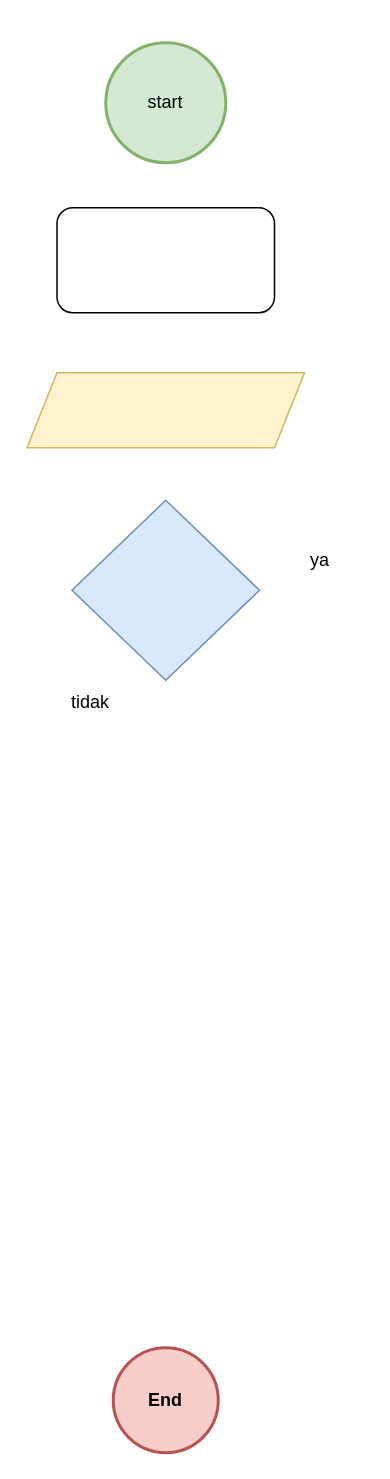
The draw.io diagram diagrams/user_flow/staff_owner_input_data_produksi_brace.drawio in SynergyStudioBandung/synergy_studio_docs, before the edit. Source tidied: cells renumbered, new cells numbered last; positions are measured from the earlier drawing's top-left corner, leaving out a move shared by most shapes. Both pictures are drawn from the tidied source at 150%, with x=0, y=0 at pixel (27, 42).
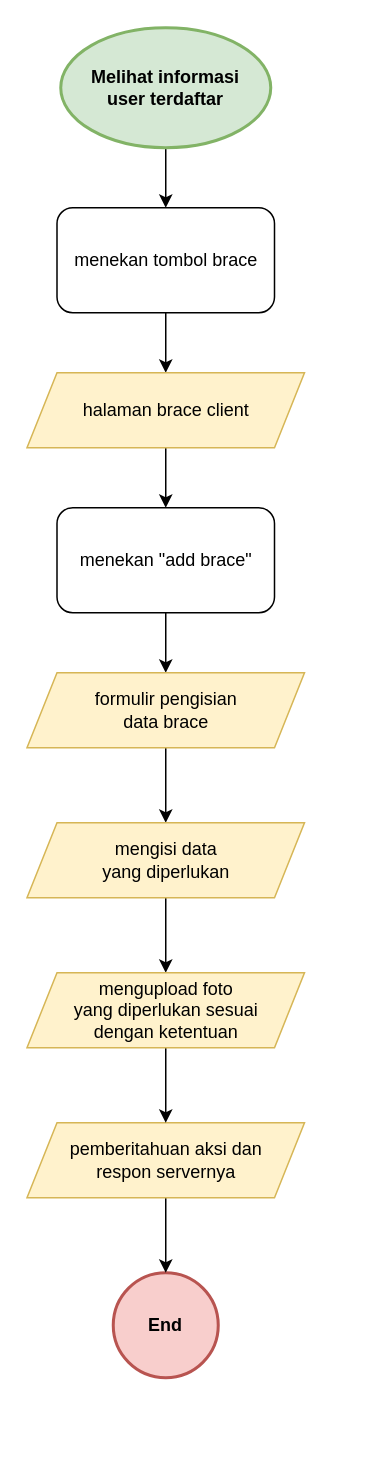
After the change.

Commit message:
input data produksi brace

What changed in the source:
```diff
@@
 <mxGraphModel>
   <root>
     <mxCell id="0" />
     <mxCell id="1" parent="0" />
+    <mxCell id="9" style="edgeStyle=orthogonalEdgeStyle;rounded=0;jettySize=auto;html=1;" parent="1" edge="1" source="5" target="8">
+      <mxGeometry relative="1" as="geometry" />
+    </mxCell>
+    <mxCell id="5" value="menekan tombol brace" style="rounded=1;whiteSpace=wrap;html=1;fontSize=12;glass=0;strokeWidth=1;shadow=0;" parent="1" vertex="1">
+      <mxGeometry x="19.5" y="110" width="145" height="70" as="geometry" />
+    </mxCell>
+    <mxCell id="10" style="edgeStyle=orthogonalEdgeStyle;rounded=0;jettySize=auto;html=1;" parent="1" edge="1" source="8" target="16">
+      <mxGeometry relative="1" as="geometry" />
+    </mxCell>
+    <mxCell id="8" value="halaman brace client" style="shape=parallelogram;perimeter=parallelogramPerimeter;whiteSpace=wrap;html=1;fixedSize=1;strokeWidth=1;fillColor=#fff2cc;strokeColor=#d6b656;" parent="1" vertex="1">
+      <mxGeometry x="-0.5" y="220" width="185" height="50" as="geometry" />
+    </mxCell>
+    <mxCell id="11" style="edgeStyle=orthogonalEdgeStyle;rounded=0;jettySize=auto;html=1;" parent="1" edge="1" source="12" target="5">
+      <mxGeometry relative="1" as="geometry" />
+    </mxCell>
+    <mxCell id="12" value="&lt;b&gt;Melihat informasi&lt;br&gt;user terdaftar&lt;/b&gt;" style="ellipse;whiteSpace=wrap;html=1;fillColor=#d5e8d4;strokeColor=#82b366;strokeWidth=2;" parent="1" vertex="1">
+      <mxGeometry x="22" y="-10" width="140" height="80" as="geometry" />
+    </mxCell>
     <mxCell id="2" value="End" style="ellipse;whiteSpace=wrap;html=1;fillColor=#f8cecc;strokeColor=#b85450;fontStyle=1;strokeWidth=2;" parent="1" vertex="1">
-      <mxGeometry x="57" y="870" width="70" height="70" as="geometry" />
+      <mxGeometry x="57" y="820" width="70" height="70" as="geometry" />
     </mxCell>
-    <mxCell id="3" style="rhombus;whiteSpace=wrap;html=1;fillColor=#dae8fc;strokeColor=#6c8ebf;" parent="1" vertex="1">
-      <mxGeometry x="29.5" y="305" width="125" height="120" as="geometry" />
-    </mxCell>
-    <mxCell id="4" value="ya" style="text;html=1;strokeColor=none;fillColor=none;align=center;verticalAlign=middle;whiteSpace=wrap;rounded=0;" parent="1" vertex="1">
-      <mxGeometry x="164.5" y="330" width="60" height="30" as="geometry" />
-    </mxCell>
-    <mxCell id="5" style="rounded=1;whiteSpace=wrap;html=1;fontSize=12;glass=0;strokeWidth=1;shadow=0;" parent="1" vertex="1">
-      <mxGeometry x="19.5" y="110" width="145" height="70" as="geometry" />
-    </mxCell>
-    <mxCell id="6" value="tidak" style="text;html=1;strokeColor=none;fillColor=none;align=center;verticalAlign=middle;whiteSpace=wrap;rounded=0;" parent="1" vertex="1">
-      <mxGeometry x="12" y="425" width="60" height="30" as="geometry" />
-    </mxCell>
-    <mxCell id="7" value="start" style="ellipse;whiteSpace=wrap;html=1;fillColor=#d5e8d4;strokeColor=#82b366;strokeWidth=2;" parent="1" vertex="1">
-      <mxGeometry x="52" width="80" height="80" as="geometry" />
-    </mxCell>
-    <mxCell id="8" style="shape=parallelogram;perimeter=parallelogramPerimeter;whiteSpace=wrap;html=1;fixedSize=1;strokeWidth=1;fillColor=#fff2cc;strokeColor=#d6b656;" parent="1" vertex="1">
-      <mxGeometry x="-0.5" y="220" width="185" height="50" as="geometry" />
-    </mxCell>
+    <mxCell id="13" style="edgeStyle=orthogonalEdgeStyle;rounded=0;jettySize=auto;html=1;" parent="1" edge="1" source="14" target="2">
+      <mxGeometry relative="1" as="geometry" />
+    </mxCell>
+    <mxCell id="14" value="pemberitahuan aksi dan&lt;br&gt;respon servernya" style="shape=parallelogram;perimeter=parallelogramPerimeter;whiteSpace=wrap;html=1;fixedSize=1;strokeWidth=1;fillColor=#fff2cc;strokeColor=#d6b656;" parent="1" vertex="1">
+      <mxGeometry x="-0.5" y="720" width="185" height="50" as="geometry" />
+    </mxCell>
+    <mxCell id="15" style="edgeStyle=orthogonalEdgeStyle;rounded=0;jettySize=auto;html=1;" parent="1" edge="1" source="16" target="18">
+      <mxGeometry relative="1" as="geometry" />
+    </mxCell>
+    <mxCell id="16" value="menekan &quot;add brace&quot;" style="rounded=1;whiteSpace=wrap;html=1;fontSize=12;glass=0;strokeWidth=1;shadow=0;" parent="1" vertex="1">
+      <mxGeometry x="19.5" y="310" width="145" height="70" as="geometry" />
+    </mxCell>
+    <mxCell id="17" style="edgeStyle=orthogonalEdgeStyle;rounded=0;jettySize=auto;html=1;" parent="1" edge="1" source="18" target="20">
+      <mxGeometry relative="1" as="geometry" />
+    </mxCell>
+    <mxCell id="18" value="formulir pengisian&lt;br&gt;data brace" style="shape=parallelogram;perimeter=parallelogramPerimeter;whiteSpace=wrap;html=1;fixedSize=1;strokeWidth=1;fillColor=#fff2cc;strokeColor=#d6b656;" parent="1" vertex="1">
+      <mxGeometry x="-0.5" y="420" width="185" height="50" as="geometry" />
+    </mxCell>
+    <mxCell id="19" style="edgeStyle=orthogonalEdgeStyle;rounded=0;jettySize=auto;html=1;" parent="1" edge="1" source="20" target="22">
+      <mxGeometry relative="1" as="geometry" />
+    </mxCell>
+    <mxCell id="20" value="mengisi data&lt;br&gt;yang diperlukan" style="shape=parallelogram;perimeter=parallelogramPerimeter;whiteSpace=wrap;html=1;fixedSize=1;strokeWidth=1;fillColor=#fff2cc;strokeColor=#d6b656;" parent="1" vertex="1">
+      <mxGeometry x="-0.5" y="520" width="185" height="50" as="geometry" />
+    </mxCell>
+    <mxCell id="21" style="edgeStyle=orthogonalEdgeStyle;rounded=0;jettySize=auto;html=1;" parent="1" edge="1" source="22" target="14">
+      <mxGeometry relative="1" as="geometry" />
+    </mxCell>
+    <mxCell id="22" value="mengupload foto&lt;br&gt;yang diperlukan sesuai&lt;br&gt;dengan ketentuan" style="shape=parallelogram;perimeter=parallelogramPerimeter;whiteSpace=wrap;html=1;fixedSize=1;strokeWidth=1;fillColor=#fff2cc;strokeColor=#d6b656;" parent="1" vertex="1">
+      <mxGeometry x="-0.5" y="620" width="185" height="50" as="geometry" />
+    </mxCell>
   </root>
 </mxGraphModel>
```
